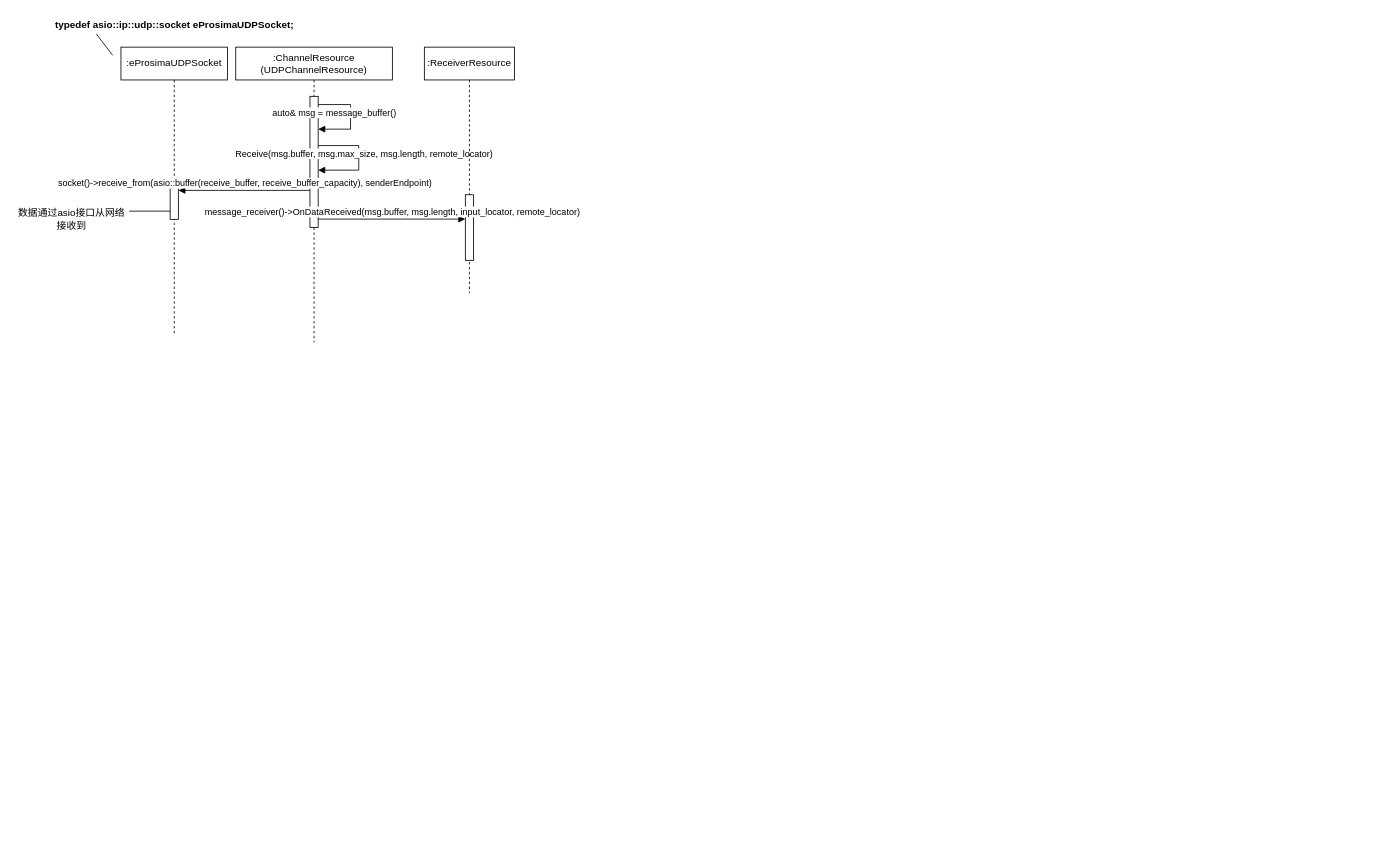
The draw.io diagram fastdds/v2.8.2/workspace_DDSHelloWorld/subscriber_call.drawio in hexu1985/Collection.Of.Cpp.Utility.Tools, before the edit. Source tidied: cells renumbered, new cells numbered last; positions are measured from the earlier drawing's top-left corner, leaving out a move shared by most shapes. Both pictures are drawn from the tidied source at 82%, with x=0, y=0 at pixel (14, 14).
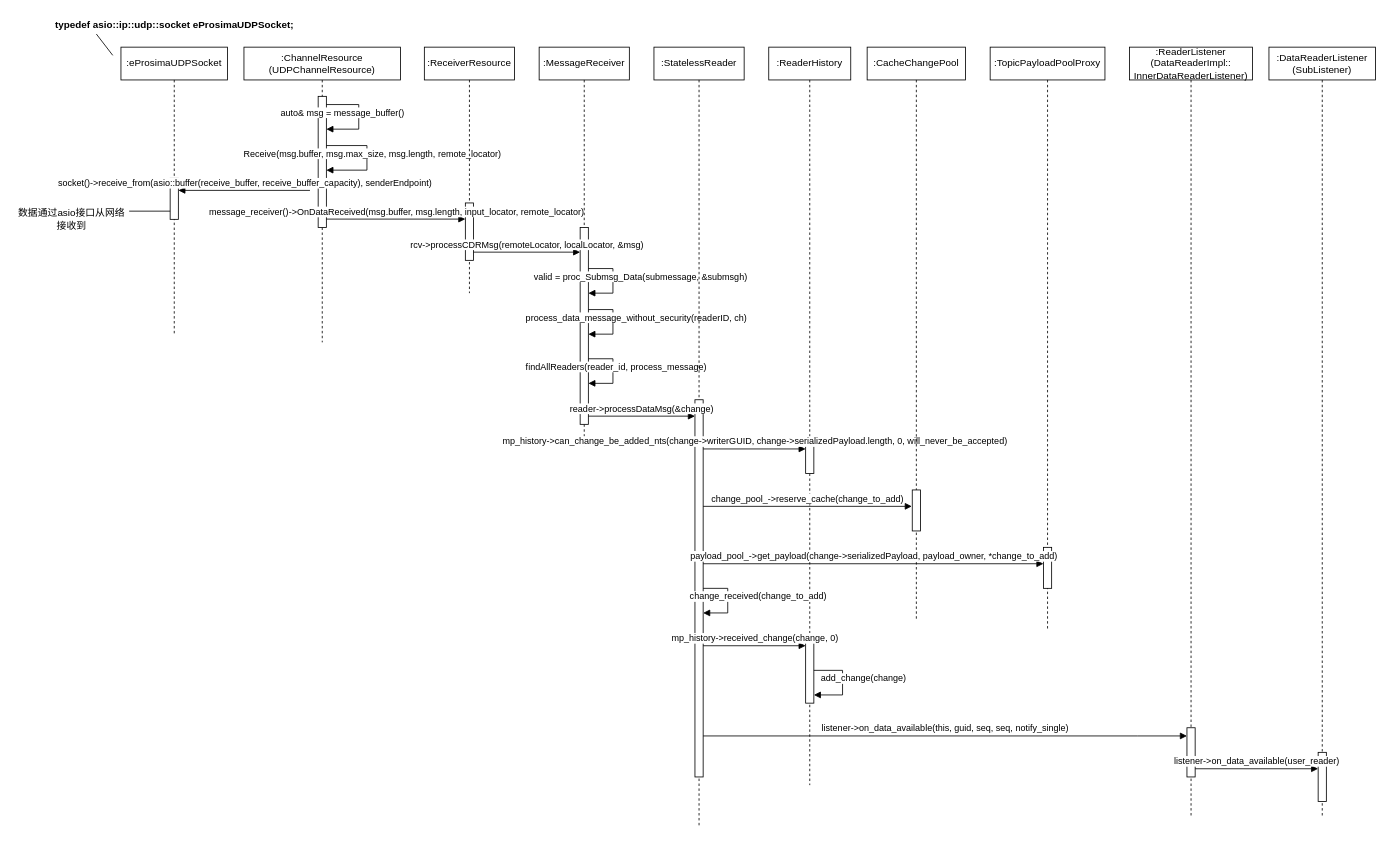
After the change.

Commit message:
update fastdds/v2.8.2/workspace_DDSHelloWorld/subscriber_call.drawio

Unchanged cells that the change refers to:
```xml
<mxCell id="3" style="html=1;points=[[0,0,0,0,5],[0,1,0,0,-5],[1,0,0,0,5],[1,1,0,0,-5]];perimeter=orthogonalPerimeter;outlineConnect=0;targetShapes=umlLifeline;portConstraint=eastwest;newEdgeStyle={&quot;curved&quot;:0,&quot;rounded&quot;:0};" parent="2" vertex="1">
  <mxGeometry x="90.5" y="60" width="10" height="160" as="geometry" />
</mxCell>
<mxCell id="11" value=":ReceiverResource" style="shape=umlLifeline;perimeter=lifelinePerimeter;whiteSpace=wrap;html=1;newEdgeStyle={&quot;curved&quot;:0,&quot;rounded&quot;:0};" parent="1" vertex="1">
  <mxGeometry x="500" y="40" width="110" height="300" as="geometry" />
</mxCell>
```

Change to the diagram source:
```diff
@@
     <mxCell id="2" value=":ChannelResource&lt;div&gt;(UDPChannelResource)&lt;/div&gt;" style="shape=umlLifeline;perimeter=lifelinePerimeter;whiteSpace=wrap;html=1;newEdgeStyle={&quot;curved&quot;:0,&quot;rounded&quot;:0};" parent="1" vertex="1">
-      <mxGeometry x="270" y="40" width="191" height="360" as="geometry" />
+      <mxGeometry x="280" y="40" width="191" height="360" as="geometry" />
     </mxCell>
@@
     <mxCell id="12" style="html=1;perimeter=orthogonalPerimeter;targetShapes=umlLifeline;newEdgeStyle={&quot;curved&quot;:0,&quot;rounded&quot;:0};" parent="11" vertex="1">
-      <mxGeometry x="50" y="180" width="10" height="80" as="geometry" />
+      <mxGeometry x="50" y="190" width="10" height="70" as="geometry" />
     </mxCell>
@@
-    <mxCell id="15" value="message_receiver()-&amp;gt;OnDataReceived(msg.buffer, msg.length, input_locator, remote_locator)" style="html=1;verticalAlign=bottom;endArrow=block;curved=0;rounded=0;" parent="1" edge="1">
+    <mxCell id="15" value="message_receiver()-&amp;gt;OnDataReceived(msg.buffer, msg.length, input_locator, remote_locator)" style="html=1;verticalAlign=bottom;endArrow=block;curved=0;rounded=0;" parent="1" edge="1" source="3">
       <mxGeometry relative="1" as="geometry">
-        <mxPoint x="370.5" y="249.7" as="sourcePoint" />
         <mxPoint x="550" y="249.7" as="targetPoint" />
       </mxGeometry>
     </mxCell>
+    <mxCell id="16" value=":MessageReceiver" style="shape=umlLifeline;perimeter=lifelinePerimeter;whiteSpace=wrap;html=1;newEdgeStyle={&quot;curved&quot;:0,&quot;rounded&quot;:0};" parent="1" vertex="1">
+      <mxGeometry x="640" y="40" width="110" height="490" as="geometry" />
+    </mxCell>
+    <mxCell id="17" style="html=1;points=[[0,0,0,0,5],[0,1,0,0,-5],[1,0,0,0,5],[1,1,0,0,-5]];perimeter=orthogonalPerimeter;outlineConnect=0;targetShapes=umlLifeline;portConstraint=eastwest;newEdgeStyle={&quot;curved&quot;:0,&quot;rounded&quot;:0};" parent="16" vertex="1">
+      <mxGeometry x="50" y="220" width="10" height="240" as="geometry" />
+    </mxCell>
+    <mxCell id="18" value="rcv-&amp;gt;processCDRMsg(remoteLocator, localLocator, &amp;amp;msg)" style="html=1;verticalAlign=bottom;endArrow=block;curved=0;rounded=0;" parent="1" edge="1">
+      <mxGeometry relative="1" as="geometry">
+        <mxPoint x="560" y="290" as="sourcePoint" />
+        <mxPoint x="690" y="290" as="targetPoint" />
+      </mxGeometry>
+    </mxCell>
+    <mxCell id="19" value="valid = proc_Submsg_Data(submessage, &amp;amp;submsgh)" style="html=1;align=left;spacingLeft=2;endArrow=block;rounded=0;edgeStyle=orthogonalEdgeStyle;curved=0;rounded=0;" parent="1" edge="1" target="17">
+      <mxGeometry x="-1" y="-71" relative="1" as="geometry">
+        <mxPoint x="700" y="310" as="sourcePoint" />
+        <Array as="points">
+          <mxPoint x="730" y="310" />
+          <mxPoint x="730" y="340" />
+        </Array>
+        <mxPoint x="-70" y="-61" as="offset" />
+      </mxGeometry>
+    </mxCell>
+    <mxCell id="20" value="process_data_message_without_security(readerID, ch)" style="html=1;align=left;spacingLeft=2;endArrow=block;rounded=0;edgeStyle=orthogonalEdgeStyle;curved=0;rounded=0;" parent="1" edge="1" target="17">
+      <mxGeometry x="-1" y="-81" relative="1" as="geometry">
+        <mxPoint x="700" y="360" as="sourcePoint" />
+        <Array as="points">
+          <mxPoint x="730" y="360" />
+          <mxPoint x="730" y="390" />
+        </Array>
+        <mxPoint x="-80" y="-71" as="offset" />
+      </mxGeometry>
+    </mxCell>
+    <mxCell id="21" value="findAllReaders(reader_id, process_message)" style="html=1;align=left;spacingLeft=2;endArrow=block;rounded=0;edgeStyle=orthogonalEdgeStyle;curved=0;rounded=0;" parent="1" edge="1" target="17">
+      <mxGeometry x="-1" y="-81" relative="1" as="geometry">
+        <mxPoint x="700" y="420" as="sourcePoint" />
+        <Array as="points">
+          <mxPoint x="730" y="420" />
+          <mxPoint x="730" y="450" />
+        </Array>
+        <mxPoint x="-80" y="-71" as="offset" />
+      </mxGeometry>
+    </mxCell>
+    <mxCell id="22" value=":StatelessReader" style="shape=umlLifeline;perimeter=lifelinePerimeter;whiteSpace=wrap;html=1;newEdgeStyle={&quot;curved&quot;:0,&quot;rounded&quot;:0};" parent="1" vertex="1">
+      <mxGeometry x="780" y="40" width="110" height="950" as="geometry" />
+    </mxCell>
+    <mxCell id="23" style="html=1;points=[[0,0,0,0,5],[0,1,0,0,-5],[1,0,0,0,5],[1,1,0,0,-5]];perimeter=orthogonalPerimeter;outlineConnect=0;targetShapes=umlLifeline;portConstraint=eastwest;newEdgeStyle={&quot;curved&quot;:0,&quot;rounded&quot;:0};" parent="22" vertex="1">
+      <mxGeometry x="50" y="430" width="10" height="460" as="geometry" />
+    </mxCell>
+    <mxCell id="24" value="reader-&amp;gt;processDataMsg(&amp;amp;change)" style="html=1;verticalAlign=bottom;endArrow=block;curved=0;rounded=0;" parent="1" edge="1">
+      <mxGeometry relative="1" as="geometry">
+        <mxPoint x="700" y="490" as="sourcePoint" />
+        <mxPoint x="830" y="490" as="targetPoint" />
+      </mxGeometry>
+    </mxCell>
+    <mxCell id="25" value=":ReaderHistory" style="shape=umlLifeline;perimeter=lifelinePerimeter;whiteSpace=wrap;html=1;newEdgeStyle={&quot;curved&quot;:0,&quot;rounded&quot;:0};" parent="1" vertex="1">
+      <mxGeometry x="920" y="40" width="100" height="900" as="geometry" />
+    </mxCell>
+    <mxCell id="26" style="html=1;perimeter=orthogonalPerimeter;targetShapes=umlLifeline;newEdgeStyle={&quot;curved&quot;:0,&quot;rounded&quot;:0};" parent="25" vertex="1">
+      <mxGeometry x="45" y="480" width="10" height="40" as="geometry" />
+    </mxCell>
+    <mxCell id="27" style="html=1;points=[[0,0,0,0,5],[0,1,0,0,-5],[1,0,0,0,5],[1,1,0,0,-5]];perimeter=orthogonalPerimeter;outlineConnect=0;targetShapes=umlLifeline;portConstraint=eastwest;newEdgeStyle={&quot;curved&quot;:0,&quot;rounded&quot;:0};" parent="25" vertex="1">
+      <mxGeometry x="45" y="720" width="10" height="80" as="geometry" />
+    </mxCell>
+    <mxCell id="28" value="add_change(change)" style="html=1;align=left;spacingLeft=2;endArrow=block;rounded=0;edgeStyle=orthogonalEdgeStyle;curved=0;rounded=0;" parent="25" edge="1" source="27" target="27">
+      <mxGeometry x="-0.9" y="-10" relative="1" as="geometry">
+        <Array as="points">
+          <mxPoint x="90" y="760" />
+          <mxPoint x="90" y="790" />
+        </Array>
+      </mxGeometry>
+    </mxCell>
+    <mxCell id="29" value="mp_history-&amp;gt;can_change_be_added_nts(change-&amp;gt;writerGUID, change-&amp;gt;serializedPayload.length, 0, will_never_be_accepted)" style="html=1;verticalAlign=bottom;endArrow=block;curved=0;rounded=0;" parent="1" edge="1">
+      <mxGeometry relative="1" as="geometry">
+        <mxPoint x="840" y="530" as="sourcePoint" />
+        <mxPoint x="965" y="530" as="targetPoint" />
+      </mxGeometry>
+    </mxCell>
+    <mxCell id="30" value=":CacheChangePool" style="shape=umlLifeline;perimeter=lifelinePerimeter;whiteSpace=wrap;html=1;newEdgeStyle={&quot;curved&quot;:0,&quot;rounded&quot;:0};" parent="1" vertex="1">
+      <mxGeometry x="1040" y="40" width="120" height="700" as="geometry" />
+    </mxCell>
+    <mxCell id="31" style="html=1;perimeter=orthogonalPerimeter;targetShapes=umlLifeline;newEdgeStyle={&quot;curved&quot;:0,&quot;rounded&quot;:0};" parent="30" vertex="1">
+      <mxGeometry x="55" y="540" width="10" height="50" as="geometry" />
+    </mxCell>
+    <mxCell id="32" value="change_pool_-&amp;gt;reserve_cache(change_to_add)" style="html=1;verticalAlign=bottom;endArrow=block;curved=0;rounded=0;" parent="1" edge="1">
+      <mxGeometry relative="1" as="geometry">
+        <mxPoint x="840" y="600" as="sourcePoint" />
+        <mxPoint x="1094.5" y="600" as="targetPoint" />
+      </mxGeometry>
+    </mxCell>
+    <mxCell id="33" value=":TopicPayloadPoolProxy" style="shape=umlLifeline;perimeter=lifelinePerimeter;whiteSpace=wrap;html=1;newEdgeStyle={&quot;curved&quot;:0,&quot;rounded&quot;:0};" parent="1" vertex="1">
+      <mxGeometry x="1190" y="40" width="140" height="710" as="geometry" />
+    </mxCell>
+    <mxCell id="34" style="html=1;perimeter=orthogonalPerimeter;targetShapes=umlLifeline;newEdgeStyle={&quot;curved&quot;:0,&quot;rounded&quot;:0};" parent="33" vertex="1">
+      <mxGeometry x="65" y="610" width="10" height="50" as="geometry" />
+    </mxCell>
+    <mxCell id="35" value="payload_pool_-&amp;gt;get_payload(change-&amp;gt;serializedPayload, payload_owner, *change_to_add)" style="html=1;verticalAlign=bottom;endArrow=block;curved=0;rounded=0;" parent="1" edge="1">
+      <mxGeometry relative="1" as="geometry">
+        <mxPoint x="840" y="670" as="sourcePoint" />
+        <mxPoint x="1255" y="670" as="targetPoint" />
+      </mxGeometry>
+    </mxCell>
+    <mxCell id="36" value="change_received(change_to_add)" style="html=1;align=left;spacingLeft=2;endArrow=block;rounded=0;edgeStyle=orthogonalEdgeStyle;curved=0;rounded=0;" parent="1" edge="1" target="23">
+      <mxGeometry x="-1" y="-22" relative="1" as="geometry">
+        <mxPoint x="840" y="700" as="sourcePoint" />
+        <Array as="points">
+          <mxPoint x="870" y="700" />
+          <mxPoint x="870" y="730" />
+        </Array>
+        <mxPoint x="-20" y="-12" as="offset" />
+      </mxGeometry>
+    </mxCell>
+    <mxCell id="37" value="mp_history-&amp;gt;received_change(change, 0)" style="html=1;verticalAlign=bottom;endArrow=block;curved=0;rounded=0;" parent="1" edge="1">
+      <mxGeometry relative="1" as="geometry">
+        <mxPoint x="840" y="770" as="sourcePoint" />
+        <mxPoint x="965" y="770" as="targetPoint" />
+      </mxGeometry>
+    </mxCell>
+    <mxCell id="38" value=":ReaderListener&lt;div&gt;(DataReaderImpl::&lt;/div&gt;&lt;div&gt;InnerDataReaderListener)&lt;/div&gt;" style="shape=umlLifeline;perimeter=lifelinePerimeter;whiteSpace=wrap;html=1;newEdgeStyle={&quot;curved&quot;:0,&quot;rounded&quot;:0};" parent="1" vertex="1">
+      <mxGeometry x="1360" y="40" width="150" height="940" as="geometry" />
+    </mxCell>
+    <mxCell id="39" style="html=1;points=[[0,0,0,0,5],[0,1,0,0,-5],[1,0,0,0,5],[1,1,0,0,-5]];perimeter=orthogonalPerimeter;outlineConnect=0;targetShapes=umlLifeline;portConstraint=eastwest;newEdgeStyle={&quot;curved&quot;:0,&quot;rounded&quot;:0};" parent="38" vertex="1">
+      <mxGeometry x="70" y="830" width="10" height="60" as="geometry" />
+    </mxCell>
+    <mxCell id="40" value="listener-&amp;gt;on_data_available(this, guid, seq, seq, notify_single)" style="html=1;verticalAlign=bottom;endArrow=block;curved=0;rounded=0;" parent="1" edge="1" source="23" target="39">
+      <mxGeometry relative="1" as="geometry">
+        <Array as="points">
+          <mxPoint x="1370" y="880" />
+        </Array>
+      </mxGeometry>
+    </mxCell>
+    <mxCell id="41" value=":DataReaderListener&lt;div&gt;(SubListener)&lt;/div&gt;" style="shape=umlLifeline;perimeter=lifelinePerimeter;whiteSpace=wrap;html=1;newEdgeStyle={&quot;curved&quot;:0,&quot;rounded&quot;:0};" parent="1" vertex="1">
+      <mxGeometry x="1530" y="40" width="130" height="940" as="geometry" />
+    </mxCell>
+    <mxCell id="42" style="html=1;perimeter=orthogonalPerimeter;targetShapes=umlLifeline;newEdgeStyle={&quot;curved&quot;:0,&quot;rounded&quot;:0};" parent="41" vertex="1">
+      <mxGeometry x="60" y="860" width="10" height="60" as="geometry" />
+    </mxCell>
+    <mxCell id="43" value="listener-&amp;gt;on_data_available(user_reader)" style="html=1;verticalAlign=bottom;endArrow=block;curved=0;rounded=0;" parent="1" edge="1">
+      <mxGeometry relative="1" as="geometry">
+        <mxPoint x="1440" y="920" as="sourcePoint" />
+        <mxPoint x="1590" y="920" as="targetPoint" />
+      </mxGeometry>
+    </mxCell>
```
